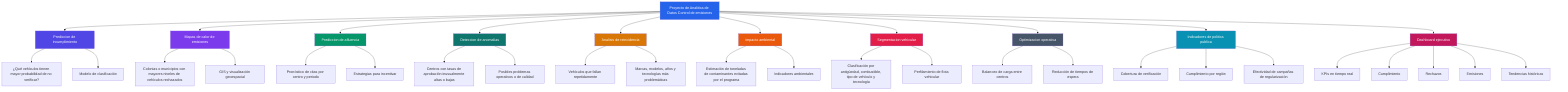
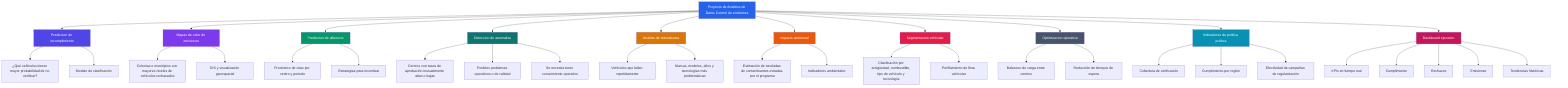
flowchart TD

A[Proyecto de Analitica de Datos Control de emisiones]

B[Prediccion de incumplimiento]
C[Mapas de calor de emisiones]
D[Prediccion de afluencia]
E[Deteccion de anomalias]
F[Analisis de reincidencia]
G[Impacto ambiental]
H[Segmentacion vehicular]
I[Optimizacion operativa]
J[Indicadores de politica publica]
K[Dashboard ejecutivo]


A --> B[Prediccion de incumplimiento]
A --> C[Mapas de calor de emisiones]
A --> D[Prediccion de afluencia]
A --> E[Deteccion de anomalias]
A --> F[Analisis de reincidencia]
A --> G[Impacto ambiental]
A --> H[Segmentacion vehicular]
A --> I[Optimizacion operativa]
A --> J[Indicadores de politica publica]
A --> K[Dashboard ejecutivo]


%% Predicción de incumplimiento %%
B --> B1[¿Qué vehículos tienen mayor probabilidad de no verificar?]
B --> B2[Modelo de clasificación]

%% Mapas de calor de emisiones %%
C --> C1[Colonias o municipios con mayores niveles de vehículos rechazados]
C --> C2[GIS y visualización geoespacial]

%% Predicción de afluencia %%
D --> D1[Pronóstico de citas por centro y periodo]
D --> D2[Estrategias para incentivar]

%% Detección de anomalías %%
E --> E1[Centros con tasas de aprobación inusualmente altas o bajas]
E --> E2[Posibles problemas operativos o de calidad]
+ E --> E3[Se necesita tener conocimiento operativo ]

%% Análisis de reincidencia %%
F --> F1[Vehículos que fallan repetidamente]
F --> F2[Marcas, modelos, años y tecnologías más problemáticas]

%% Impacto ambiental %%
G --> G1[Estimación de toneladas de contaminantes evitadas por el programa]
G --> G2[Indicadores ambientales]

%% Segmentación vehicular %%
H --> H1[Clasificación por antigüedad, combustible, tipo de vehículo y tecnología]
H --> H2[Perfilamiento de flota vehicular]

%% Optimización operativa %%
I --> I1[Balanceo de carga entre centros]
I --> I2[Reducción de tiempos de espera]

%% Indicadores de política pública %%
J --> J1[Cobertura de verificación]
J --> J2[Cumplimiento por región]
J --> J3[Efectividad de campañas de regularización]

%% Dashboard ejecutivo %%
K --> K1[KPIs en tiempo real]
K --> K2[Cumplimiento]
K --> K3[Rechazos]
K --> K4[Emisiones]
K --> K5[Tendencias históricas]

classDef blue fill:#2563EB,color:#fff
classDef indigo fill:#4F46E5,color:#fff
classDef violet fill:#7C3AED,color:#fff
classDef emerald fill:#059669,color:#fff
classDef teal fill:#0F766E,color:#fff
classDef amber fill:#D97706,color:#fff
classDef orange fill:#EA580C,color:#fff
classDef rose fill:#E11D48,color:#fff
classDef slate fill:#475569,color:#fff
classDef cyan fill:#0891B2,color:#fff
classDef magenta fill:#C2185B,color:#fff

class A blue
class B indigo
class C violet
class D emerald
class E teal
class F amber
class G orange
class H rose
class I slate
class J cyan
class K magenta
